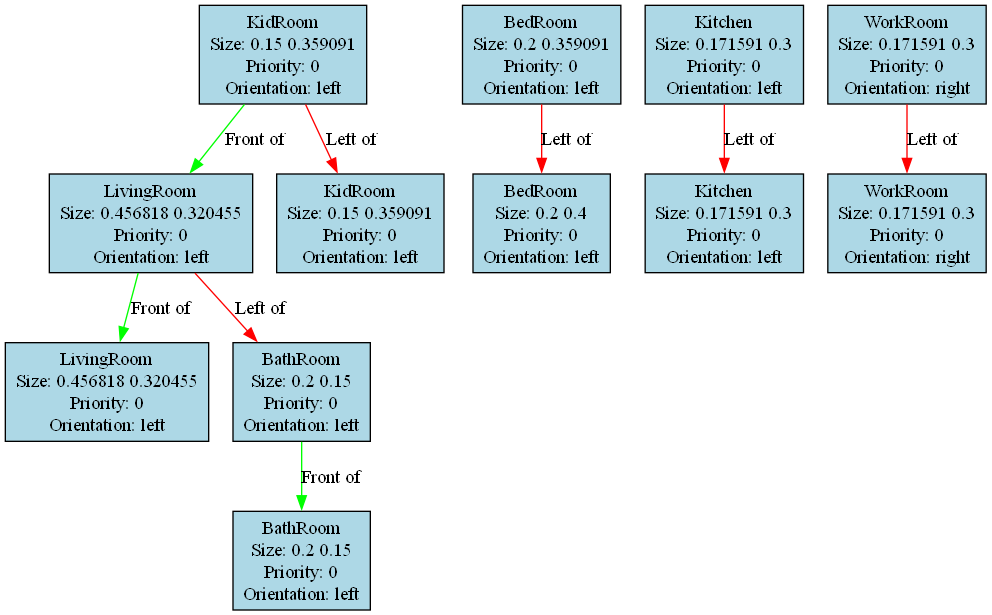
Earlier version of the Graphviz export Assets/SceneGraph/graph_out.png (iambrc/AutoHomePlan). Its source is kept beside it as Assets/SceneGraph/graph_out.dot. Source of this version:
```dot
digraph G {
0[label="LivingRoom\nSize: 0.5 0.323333\nOrientation: left", shape=rect, style=filled, fillcolor="lightblue", width=0.5, height=0.323333];
1[label="LivingRoom\nSize: 0.5 0.323333\nOrientation: left", shape=rect, style=filled, fillcolor="lightblue", width=0.5, height=0.323333];
2[label="BedRoom\nSize: 0.2 0.4\nOrientation: left", shape=rect, style=filled, fillcolor="lightblue", width=0.2, height=0.4];
3[label="BedRoom\nSize: 0.2 0.353333\nOrientation: left", shape=rect, style=filled, fillcolor="lightblue", width=0.2, height=0.353333];
4[label="Kitchen\nSize: 0.149975 0.3\nOrientation: left", shape=rect, style=filled, fillcolor="lightblue", width=0.149975, height=0.3];
5[label="Kitchen\nSize: 0.150025 0.3\nOrientation: left", shape=rect, style=filled, fillcolor="lightblue", width=0.150025, height=0.3];
6[label="KidRoom\nSize: 0.15 0.353333\nOrientation: left", shape=rect, style=filled, fillcolor="lightblue", width=0.15, height=0.353333];
7[label="KidRoom\nSize: 0.15 0.353333\nOrientation: left", shape=rect, style=filled, fillcolor="lightblue", width=0.15, height=0.353333];
8[label="BathRoom\nSize: 0.2 0.15\nOrientation: left", shape=rect, style=filled, fillcolor="lightblue", width=0.2, height=0.15];
9[label="BathRoom\nSize: 0.2 0.15\nOrientation: left", shape=rect, style=filled, fillcolor="lightblue", width=0.2, height=0.15];
10[label="WorkRoom\nSize: 0.150025 0.3\nOrientation: right", shape=rect, style=filled, fillcolor="lightblue", width=0.150025, height=0.3];
11[label="WorkRoom\nSize: 0.149975 0.3\nOrientation: right", shape=rect, style=filled, fillcolor="lightblue", width=0.149975, height=0.3];
0->1 [label="Front of\n", color="green"];
0->8 [label="Left of\n", color="red"];
3->2 [label="Left of\n", color="red"];
5->4 [label="Left of\n", color="red"];
6->0 [label="Front of\n", color="green"];
7->6 [label="Left of\n", color="red"];
8->9 [label="Front of\n", color="green"];
11->10 [label="Left of\n", color="red"];
}
```
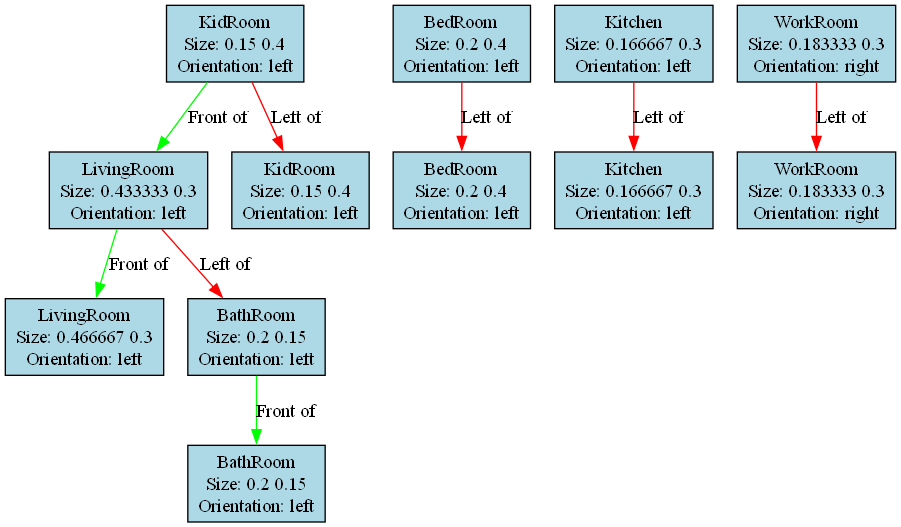
Above is the later version.

Change to the diagram source:
```diff
@@ -1,22 +1,22 @@
 digraph G {
-0[label="LivingRoom\nSize: 0.5 0.323333\nOrientation: left", shape=rect, style=filled, fillcolor="lightblue", width=0.5, height=0.323333];
-1[label="LivingRoom\nSize: 0.5 0.323333\nOrientation: left", shape=rect, style=filled, fillcolor="lightblue", width=0.5, height=0.323333];
-2[label="BedRoom\nSize: 0.2 0.4\nOrientation: left", shape=rect, style=filled, fillcolor="lightblue", width=0.2, height=0.4];
-3[label="BedRoom\nSize: 0.2 0.353333\nOrientation: left", shape=rect, style=filled, fillcolor="lightblue", width=0.2, height=0.353333];
-4[label="Kitchen\nSize: 0.149975 0.3\nOrientation: left", shape=rect, style=filled, fillcolor="lightblue", width=0.149975, height=0.3];
-5[label="Kitchen\nSize: 0.150025 0.3\nOrientation: left", shape=rect, style=filled, fillcolor="lightblue", width=0.150025, height=0.3];
-6[label="KidRoom\nSize: 0.15 0.353333\nOrientation: left", shape=rect, style=filled, fillcolor="lightblue", width=0.15, height=0.353333];
-7[label="KidRoom\nSize: 0.15 0.353333\nOrientation: left", shape=rect, style=filled, fillcolor="lightblue", width=0.15, height=0.353333];
-8[label="BathRoom\nSize: 0.2 0.15\nOrientation: left", shape=rect, style=filled, fillcolor="lightblue", width=0.2, height=0.15];
-9[label="BathRoom\nSize: 0.2 0.15\nOrientation: left", shape=rect, style=filled, fillcolor="lightblue", width=0.2, height=0.15];
-10[label="WorkRoom\nSize: 0.150025 0.3\nOrientation: right", shape=rect, style=filled, fillcolor="lightblue", width=0.150025, height=0.3];
-11[label="WorkRoom\nSize: 0.149975 0.3\nOrientation: right", shape=rect, style=filled, fillcolor="lightblue", width=0.149975, height=0.3];
+0[label="LivingRoom\nSize: 0.563229 0.3\nOrientation: left", shape=rect, style=filled, fillcolor="lightblue", width=0.563229, height=0.3];
+1[label="LivingRoom\nSize: 0.419164 0.3\nOrientation: left", shape=rect, style=filled, fillcolor="lightblue", width=0.419164, height=0.3];
+2[label="BedRoom\nSize: 0.199996 0.4\nOrientation: left", shape=rect, style=filled, fillcolor="lightblue", width=0.199996, height=0.4];
+3[label="BedRoom\nSize: 0.200002 0.4\nOrientation: left", shape=rect, style=filled, fillcolor="lightblue", width=0.200002, height=0.4];
+4[label="Kitchen\nSize: 0.121303 0.3\nOrientation: left", shape=rect, style=filled, fillcolor="lightblue", width=0.121303, height=0.3];
+5[label="Kitchen\nSize: 0.121304 0.3\nOrientation: left", shape=rect, style=filled, fillcolor="lightblue", width=0.121304, height=0.3];
+6[label="KidRoom\nSize: 0.150001 0.399999\nOrientation: left", shape=rect, style=filled, fillcolor="lightblue", width=0.150001, height=0.399999];
+7[label="KidRoom\nSize: 0.150001 0.4\nOrientation: left", shape=rect, style=filled, fillcolor="lightblue", width=0.150001, height=0.4];
+8[label="BathRoom\nSize: 0.13823 0.150009\nOrientation: left", shape=rect, style=filled, fillcolor="lightblue", width=0.13823, height=0.150009];
+9[label="BathRoom\nSize: 0.13823 0.149991\nOrientation: left", shape=rect, style=filled, fillcolor="lightblue", width=0.13823, height=0.149991];
+10[label="WorkRoom\nSize: 0.218385 0.3\nOrientation: right", shape=rect, style=filled, fillcolor="lightblue", width=0.218385, height=0.3];
+11[label="WorkRoom\nSize: 0.218385 0.3\nOrientation: right", shape=rect, style=filled, fillcolor="lightblue", width=0.218385, height=0.3];
 0->1 [label="Front of\n", color="green"];
-0->8 [label="Left of\n", color="red"];
+1->8 [label="Left of\n", color="red"];
 3->2 [label="Left of\n", color="red"];
 5->4 [label="Left of\n", color="red"];
-6->0 [label="Front of\n", color="green"];
 7->6 [label="Left of\n", color="red"];
+7->0 [label="Front of\n", color="green"];
 8->9 [label="Front of\n", color="green"];
 11->10 [label="Left of\n", color="red"];
 }
```
